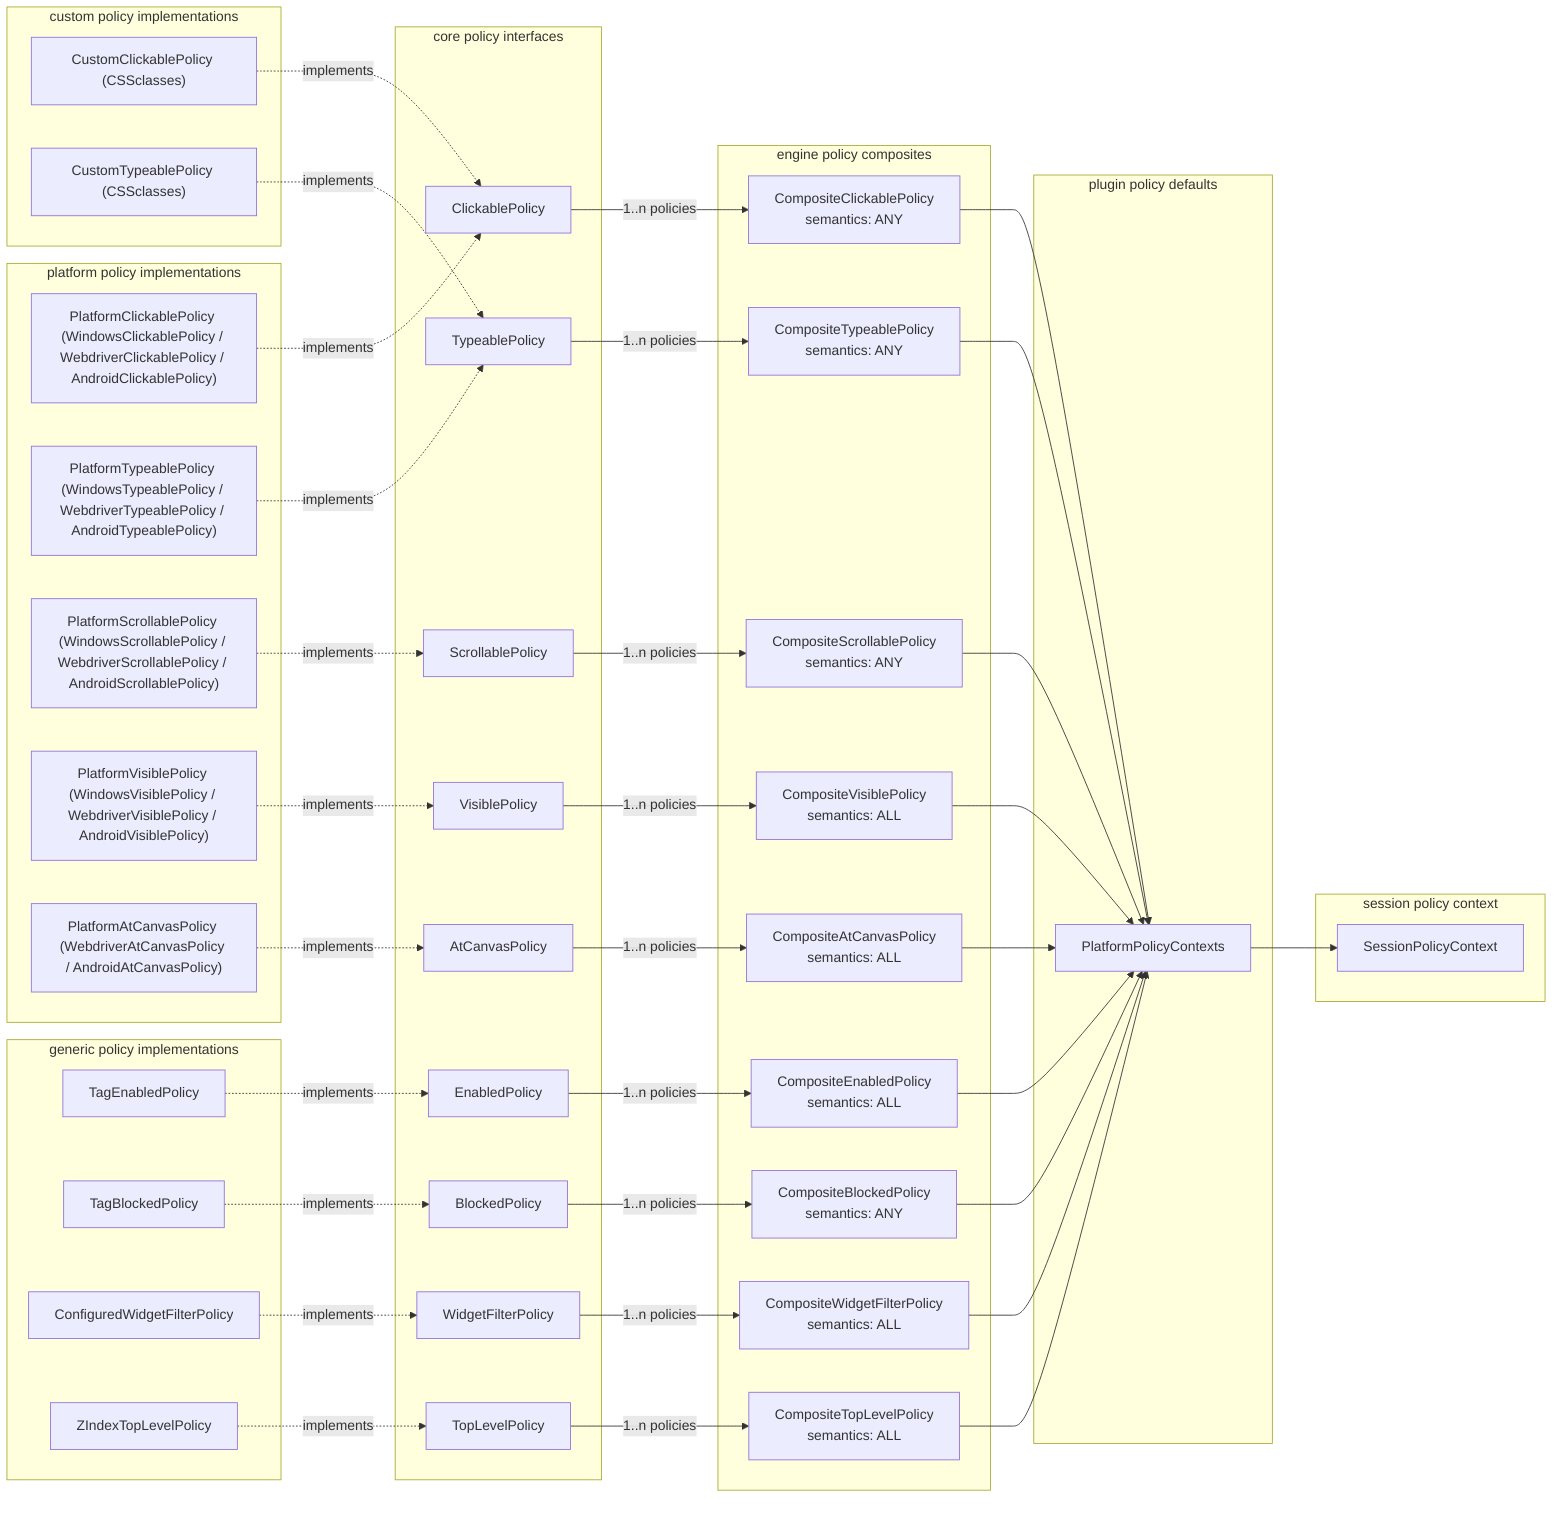
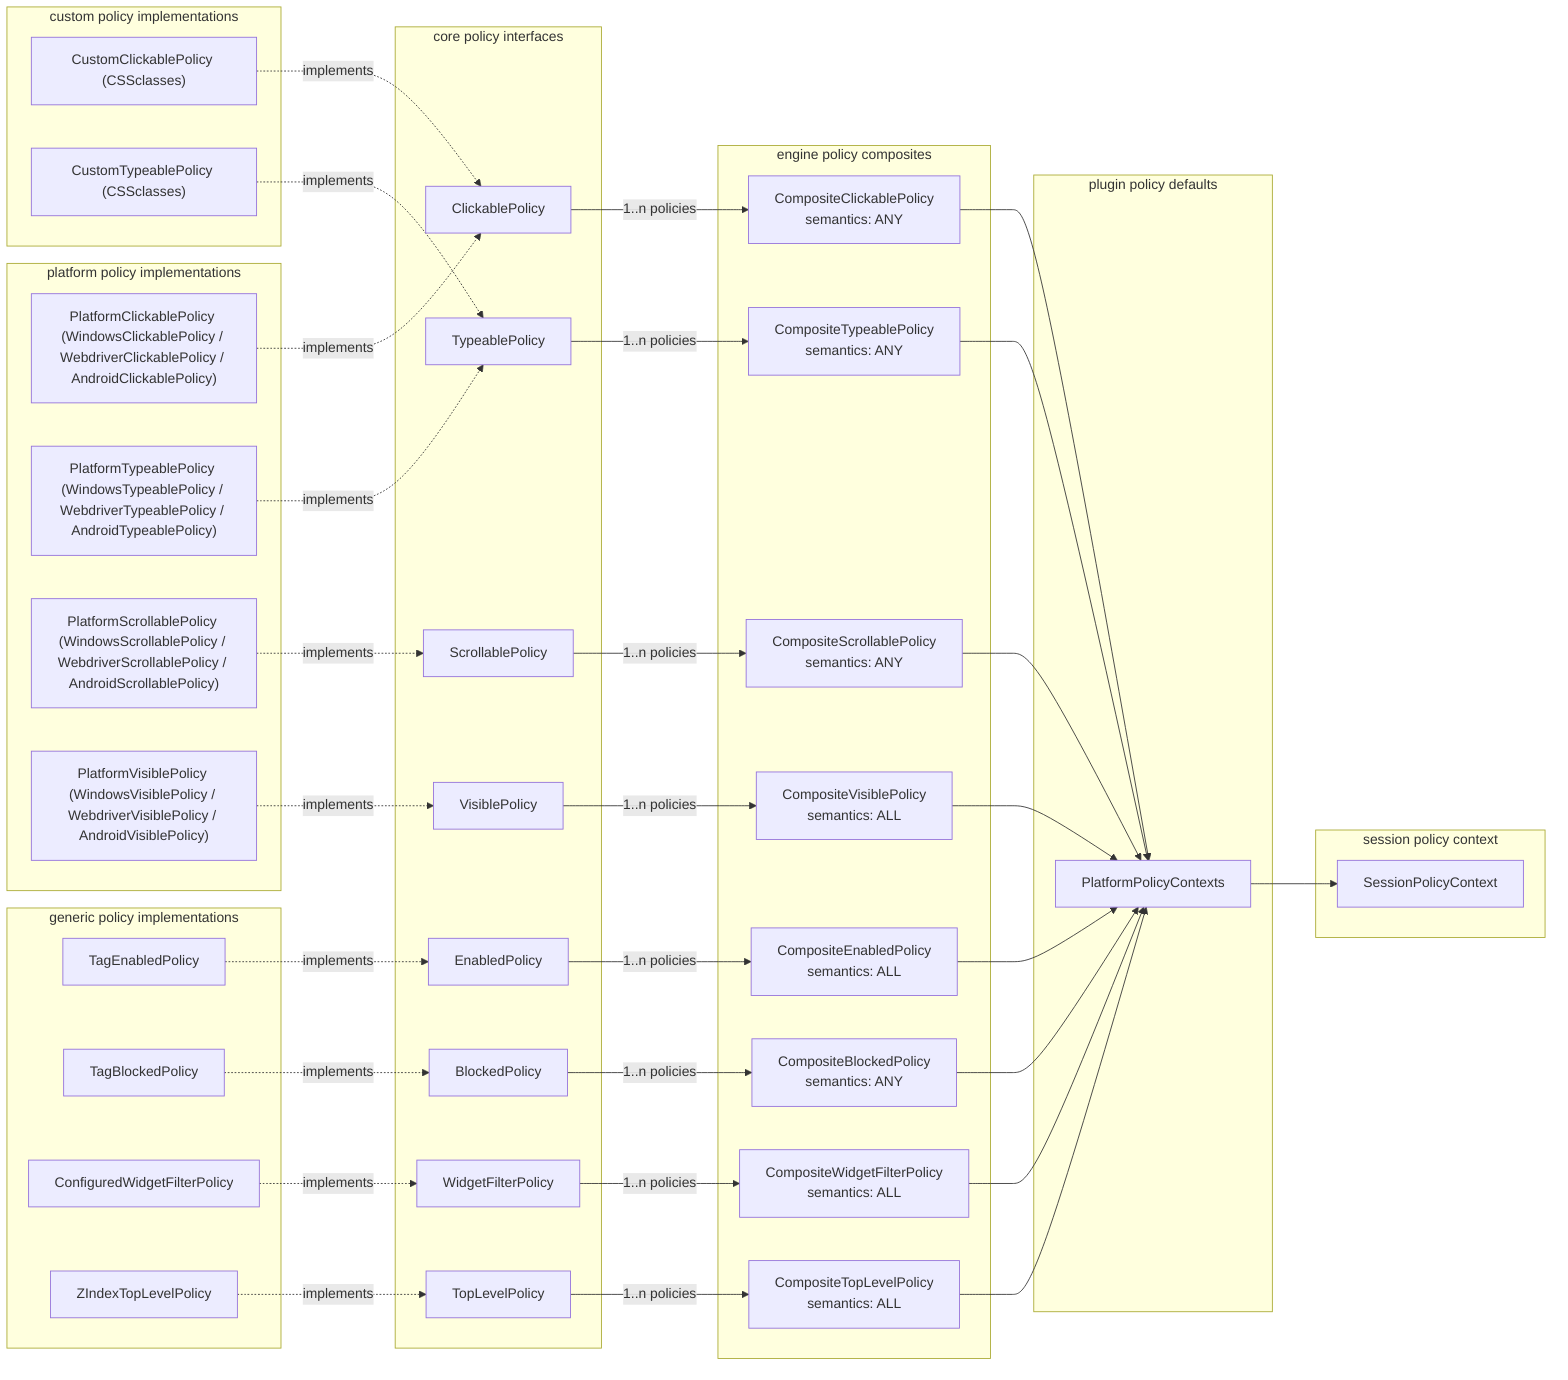
flowchart LR
    subgraph CorePolicyInterfaces["core policy interfaces"]
        CP["ClickablePolicy"]
        TP["TypeablePolicy"]
        SP["ScrollablePolicy"]
        EP["EnabledPolicy"]
        BP["BlockedPolicy"]
        WFP["WidgetFilterPolicy"]
        VP["VisiblePolicy"]
-         ACP["AtCanvasPolicy"]
        TLP["TopLevelPolicy"]
    end

    subgraph EnginePolicyComposites["engine policy composites"]
        CCP["CompositeClickablePolicy<br/>semantics: ANY"]
        CTP["CompositeTypeablePolicy<br/>semantics: ANY"]
        CSP["CompositeScrollablePolicy<br/>semantics: ANY"]
        CEP["CompositeEnabledPolicy<br/>semantics: ALL"]
        CBP["CompositeBlockedPolicy<br/>semantics: ANY"]
        CWFP["CompositeWidgetFilterPolicy<br/>semantics: ALL"]
        CVP["CompositeVisiblePolicy<br/>semantics: ALL"]
-         CACP["CompositeAtCanvasPolicy<br/>semantics: ALL"]
        CTLP["CompositeTopLevelPolicy<br/>semantics: ALL"]
    end

    subgraph GenericEnginePolicyImplementations["generic policy implementations"]
        TEP["TagEnabledPolicy"]
        TBP["TagBlockedPolicy"]
        ConfWFP["ConfiguredWidgetFilterPolicy"]
        ZITLP["ZIndexTopLevelPolicy"]
    end

    subgraph PlatformPolicyImplementations["platform policy implementations"]
        PCP["PlatformClickablePolicy (WindowsClickablePolicy / WebdriverClickablePolicy / AndroidClickablePolicy)"]
        PTP["PlatformTypeablePolicy (WindowsTypeablePolicy / WebdriverTypeablePolicy / AndroidTypeablePolicy)"]
        PSP["PlatformScrollablePolicy (WindowsScrollablePolicy / WebdriverScrollablePolicy / AndroidScrollablePolicy)"]
        PVP["PlatformVisiblePolicy (WindowsVisiblePolicy / WebdriverVisiblePolicy / AndroidVisiblePolicy)"]
-         PACP["PlatformAtCanvasPolicy (WebdriverAtCanvasPolicy / AndroidAtCanvasPolicy)"]
    end

    subgraph CustomPolicyImplementations["custom policy implementations"]
        CCPCSS["CustomClickablePolicy (CSSclasses)"]
        CTPCSS["CustomTypeablePolicy (CSSclasses)"]
    end

    subgraph SessionPolicyContext["session policy context"]
        SPC["SessionPolicyContext"]
    end

    subgraph PluginDefaults["plugin policy defaults"]
        PPC["PlatformPolicyContexts"]
    end


    PCP -. implements .-> CP
    PTP -. implements .-> TP
    PSP -. implements .-> SP
    PVP -. implements .-> VP
-     PACP -. implements .-> ACP

    TEP -. implements .-> EP
    TBP -. implements .-> BP
    ConfWFP -. implements .-> WFP
    ZITLP -. implements .-> TLP

    CCPCSS -. implements .-> CP
    CTPCSS -. implements .-> TP

    CP -- "1..n policies" --> CCP
    TP -- "1..n policies" --> CTP
    SP -- "1..n policies" --> CSP
    EP -- "1..n policies" --> CEP
    BP -- "1..n policies" --> CBP
    WFP -- "1..n policies" --> CWFP
    VP -- "1..n policies" --> CVP
-     ACP -- "1..n policies" --> CACP
    TLP -- "1..n policies" --> CTLP

    CCP --> PPC
    CTP --> PPC
    CSP --> PPC
    CEP --> PPC
    CBP --> PPC
    CWFP --> PPC
    CVP --> PPC
-     CACP --> PPC
    CTLP --> PPC

    PPC --> SPC
